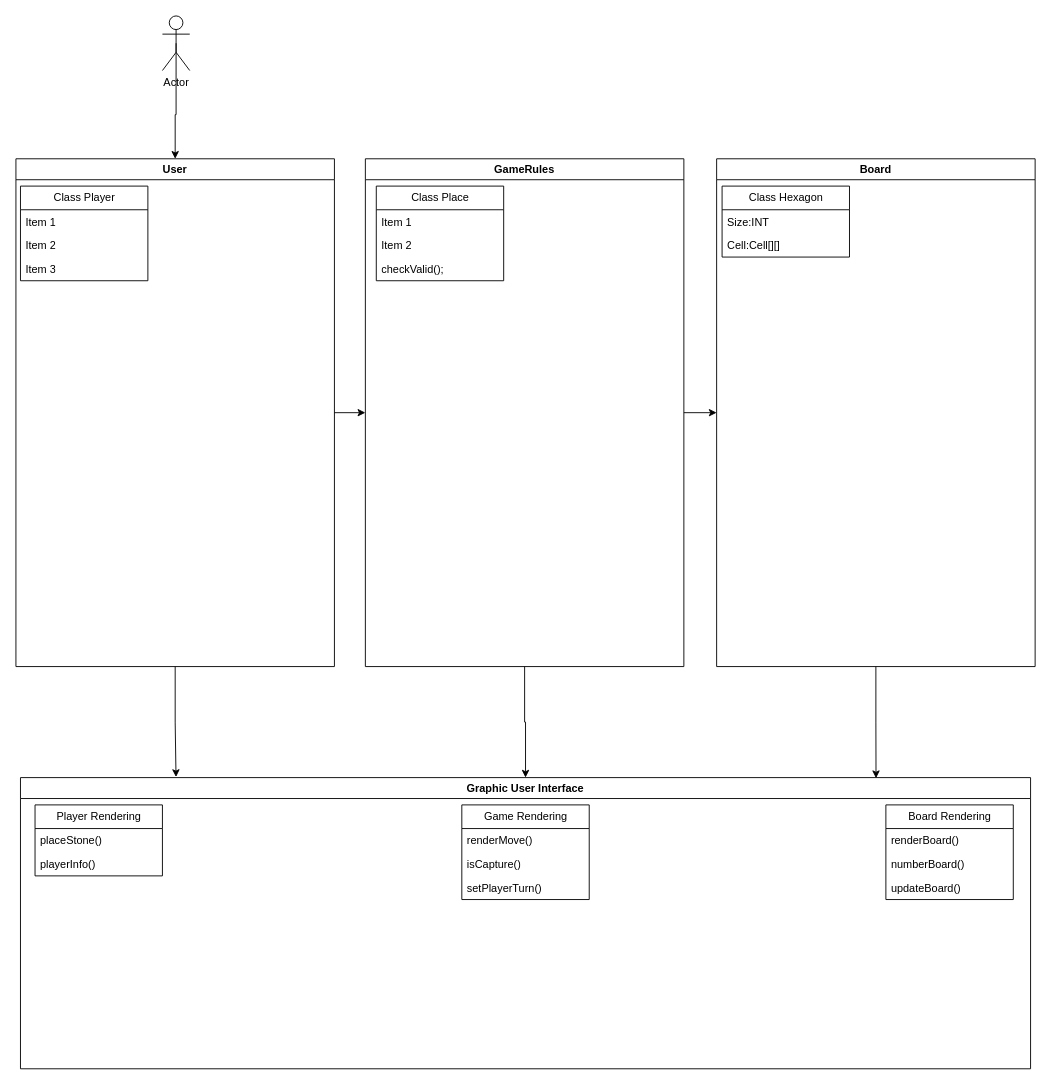
Above: Untitled Diagram.drawio in b-rattray04/Group1-HexOust-Game (draw.io), before the change. Source tidied: cells renumbered, new cells numbered last; positions are measured from the earlier drawing's top-left corner, leaving out a move shared by most shapes. Both pictures are drawn from the tidied source at 91%, with x=0, y=0 at pixel (15, 15).
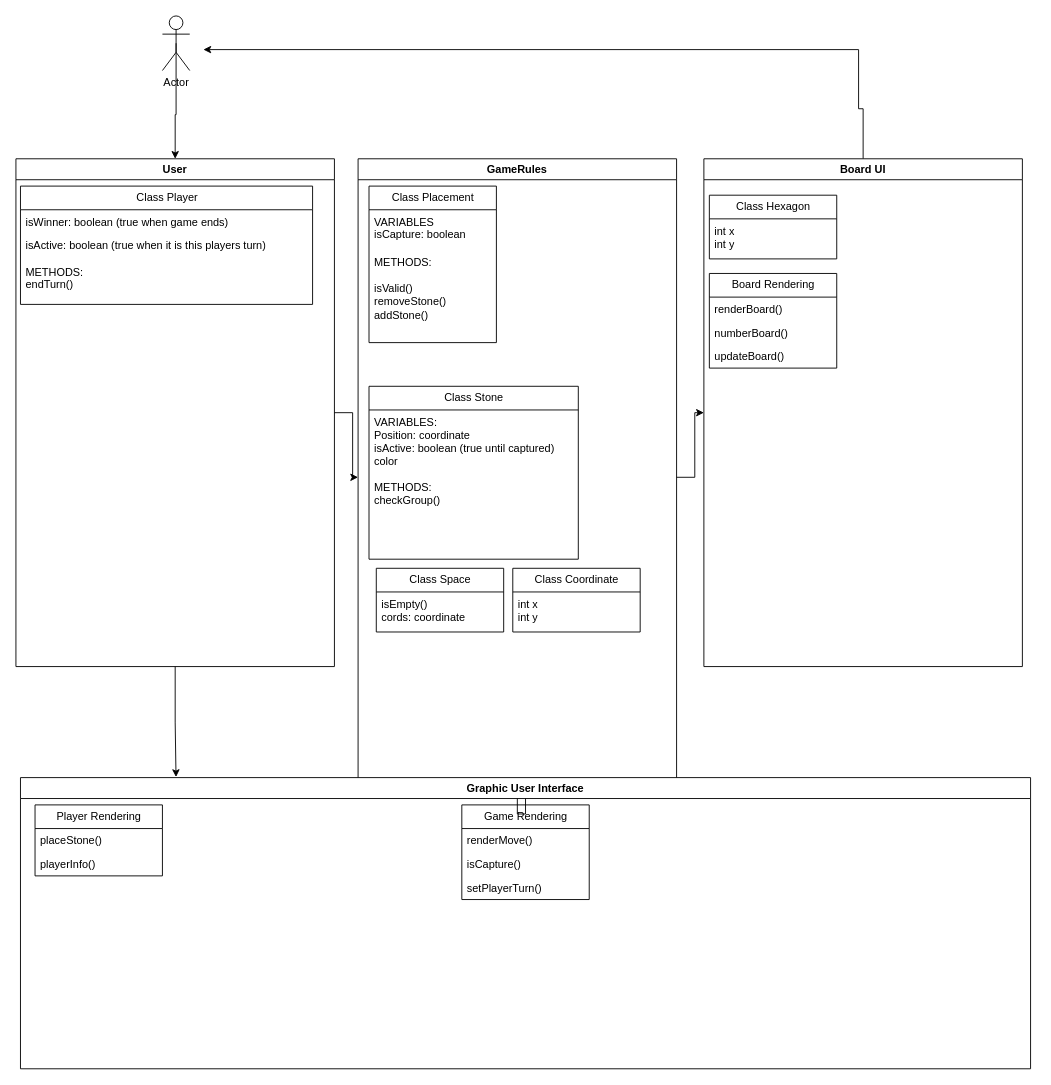
The same page after the edit.

Unchanged cells that the change refers to:
```xml
<mxCell id="17" value="Graphic User Interface" style="swimlane;" parent="1" vertex="1">
  <mxGeometry x="5" y="837" width="1110" height="320" as="geometry" />
</mxCell>
```

Change to the diagram source:
```diff
@@
     <mxCell id="4" value="GameRules" style="swimlane;startSize=23;" parent="1" vertex="1">
-      <mxGeometry x="384" y="157" width="350" height="558" as="geometry" />
+      <mxGeometry x="376" y="157" width="350" height="700" as="geometry" />
     </mxCell>
-    <mxCell id="5" value="Class Place" style="swimlane;fontStyle=0;horizontal=1;startSize=26;fillColor=none;html=1;" parent="4" vertex="1">
-      <mxGeometry x="12" y="30" width="140" height="104" as="geometry" />
+    <mxCell id="5" value="Class Placement" style="swimlane;fontStyle=0;horizontal=1;startSize=26;fillColor=none;html=1;" parent="4" vertex="1">
+      <mxGeometry x="12" y="30" width="140" height="172" as="geometry" />
     </mxCell>
-    <mxCell id="6" value="Item 1" style="text;strokeColor=none;fillColor=none;align=left;verticalAlign=top;spacingLeft=4;spacingRight=4;overflow=hidden;whiteSpace=wrap;html=1;" parent="5" vertex="1">
-      <mxGeometry y="26" width="140" height="26" as="geometry" />
+    <mxCell id="6" value="&lt;div&gt;VARIABLES&lt;/div&gt;&lt;div&gt;isCapture: boolean&lt;/div&gt;&lt;div&gt;&lt;br&gt;&lt;/div&gt;" style="text;strokeColor=none;fillColor=none;align=left;verticalAlign=top;spacingLeft=4;spacingRight=4;overflow=hidden;whiteSpace=wrap;html=1;" parent="5" vertex="1">
+      <mxGeometry y="26" width="140" height="44" as="geometry" />
     </mxCell>
-    <mxCell id="7" value="Item 2" style="text;strokeColor=none;fillColor=none;align=left;verticalAlign=top;spacingLeft=4;spacingRight=4;overflow=hidden;whiteSpace=wrap;html=1;" parent="5" vertex="1">
-      <mxGeometry y="52" width="140" height="26" as="geometry" />
-    </mxCell>
-    <mxCell id="8" value="checkValid();" style="text;strokeColor=none;fillColor=none;align=left;verticalAlign=top;spacingLeft=4;spacingRight=4;overflow=hidden;whiteSpace=wrap;html=1;" parent="5" vertex="1">
-      <mxGeometry y="78" width="140" height="26" as="geometry" />
+    <mxCell id="8" value="&lt;div&gt;METHODS:&lt;/div&gt;&lt;div&gt;&lt;br&gt;&lt;/div&gt;i&lt;span style=&quot;background-color: transparent; color: light-dark(rgb(0, 0, 0), rgb(255, 255, 255));&quot;&gt;sValid()&lt;/span&gt;&lt;div&gt;removeStone()&lt;/div&gt;&lt;div&gt;addStone()&lt;/div&gt;&lt;div&gt;&lt;br&gt;&lt;div&gt;&lt;div&gt;&lt;div&gt;&lt;br&gt;&lt;/div&gt;&lt;div&gt;&lt;br&gt;&lt;/div&gt;&lt;div&gt;&lt;br&gt;&lt;/div&gt;&lt;/div&gt;&lt;/div&gt;&lt;/div&gt;" style="text;strokeColor=none;fillColor=none;align=left;verticalAlign=top;spacingLeft=4;spacingRight=4;overflow=hidden;whiteSpace=wrap;html=1;" parent="5" vertex="1">
+      <mxGeometry y="70" width="140" height="102" as="geometry" />
     </mxCell>
+    <mxCell id="35" style="edgeStyle=orthogonalEdgeStyle;rounded=0;orthogonalLoop=1;jettySize=auto;html=1;" parent="4" edge="1">
+      <mxGeometry relative="1" as="geometry">
+        <mxPoint x="241" y="60" as="sourcePoint" />
+        <mxPoint x="241" y="60" as="targetPoint" />
+      </mxGeometry>
+    </mxCell>
+    <mxCell id="36" value="Class Stone" style="swimlane;fontStyle=0;horizontal=1;startSize=26;fillColor=none;html=1;" parent="4" vertex="1">
+      <mxGeometry x="12" y="250" width="230" height="190" as="geometry" />
+    </mxCell>
+    <mxCell id="37" value="&lt;div&gt;VARIABLES:&lt;/div&gt;&lt;div&gt;Position: coordinate&lt;/div&gt;&lt;div&gt;isActive: boolean (true until captured)&lt;/div&gt;&lt;div&gt;color&lt;/div&gt;&lt;div&gt;&lt;br&gt;&lt;/div&gt;&lt;div&gt;METHODS:&lt;/div&gt;&lt;div&gt;checkGroup()&lt;/div&gt;&lt;div&gt;&lt;br&gt;&lt;/div&gt;" style="text;strokeColor=none;fillColor=none;align=left;verticalAlign=top;spacingLeft=4;spacingRight=4;overflow=hidden;whiteSpace=wrap;html=1;" parent="36" vertex="1">
+      <mxGeometry y="26" width="230" height="164" as="geometry" />
+    </mxCell>
+    <mxCell id="38" value="Class Space" style="swimlane;fontStyle=0;horizontal=1;startSize=26;fillColor=none;html=1;" parent="4" vertex="1">
+      <mxGeometry x="20" y="450" width="140" height="70" as="geometry" />
+    </mxCell>
+    <mxCell id="39" value="&lt;div&gt;isEmpty()&lt;/div&gt;cords: coordinate" style="text;strokeColor=none;fillColor=none;align=left;verticalAlign=top;spacingLeft=4;spacingRight=4;overflow=hidden;whiteSpace=wrap;html=1;" parent="38" vertex="1">
+      <mxGeometry y="26" width="140" height="44" as="geometry" />
+    </mxCell>
+    <mxCell id="40" value="Class Coordinate" style="swimlane;fontStyle=0;horizontal=1;startSize=26;fillColor=none;html=1;" parent="4" vertex="1">
+      <mxGeometry x="170" y="450" width="140" height="70" as="geometry" />
+    </mxCell>
+    <mxCell id="41" value="int x&lt;div&gt;int y&lt;/div&gt;" style="text;strokeColor=none;fillColor=none;align=left;verticalAlign=top;spacingLeft=4;spacingRight=4;overflow=hidden;whiteSpace=wrap;html=1;" parent="40" vertex="1">
+      <mxGeometry y="26" width="140" height="44" as="geometry" />
+    </mxCell>
+    <mxCell id="42" style="edgeStyle=orthogonalEdgeStyle;rounded=0;jettySize=auto;html=1;" parent="1" edge="1" source="9">
+      <mxGeometry relative="1" as="geometry">
+        <mxPoint x="206" y="37" as="targetPoint" />
+        <Array as="points">
+          <mxPoint x="931" y="102" />
+          <mxPoint x="926" y="102" />
+          <mxPoint x="926" y="37" />
+        </Array>
+      </mxGeometry>
+    </mxCell>
-    <mxCell id="9" value="Board" style="swimlane;" parent="1" vertex="1">
-      <mxGeometry x="770" y="157" width="350" height="558" as="geometry" />
+    <mxCell id="9" value="Board UI" style="swimlane;" parent="1" vertex="1">
+      <mxGeometry x="756" y="157" width="350" height="558" as="geometry" />
     </mxCell>
     <mxCell id="10" value="Class Hexagon" style="swimlane;fontStyle=0;horizontal=1;startSize=26;fillColor=none;html=1;" parent="9" vertex="1">
-      <mxGeometry x="6" y="30" width="140" height="78" as="geometry" />
+      <mxGeometry x="6" y="40" width="140" height="70" as="geometry" />
     </mxCell>
-    <mxCell id="11" value="Size:INT" style="text;strokeColor=none;fillColor=none;align=left;verticalAlign=top;spacingLeft=4;spacingRight=4;overflow=hidden;whiteSpace=wrap;html=1;" parent="10" vertex="1">
-      <mxGeometry y="26" width="140" height="26" as="geometry" />
-    </mxCell>
-    <mxCell id="12" value="Cell:Cell[][]" style="text;strokeColor=none;fillColor=none;align=left;verticalAlign=top;spacingLeft=4;spacingRight=4;overflow=hidden;whiteSpace=wrap;html=1;" parent="10" vertex="1">
-      <mxGeometry y="52" width="140" height="26" as="geometry" />
-    </mxCell>
+    <mxCell id="43" value="int x&lt;div&gt;int y&lt;/div&gt;" style="text;strokeColor=none;fillColor=none;align=left;verticalAlign=top;spacingLeft=4;spacingRight=4;overflow=hidden;whiteSpace=wrap;html=1;" parent="10" vertex="1">
+      <mxGeometry y="26" width="140" height="44" as="geometry" />
+    </mxCell>
+    <mxCell id="27" value="Board Rendering" style="swimlane;fontStyle=0;horizontal=1;startSize=26;fillColor=none;html=1;" parent="9" vertex="1">
+      <mxGeometry x="6" y="126" width="140" height="104" as="geometry" />
+    </mxCell>
+    <mxCell id="28" value="renderBoard()" style="text;strokeColor=none;fillColor=none;align=left;verticalAlign=top;spacingLeft=4;spacingRight=4;overflow=hidden;whiteSpace=wrap;html=1;" parent="27" vertex="1">
+      <mxGeometry y="26" width="140" height="26" as="geometry" />
+    </mxCell>
+    <mxCell id="29" value="numberBoard()" style="text;strokeColor=none;fillColor=none;align=left;verticalAlign=top;spacingLeft=4;spacingRight=4;overflow=hidden;whiteSpace=wrap;html=1;" parent="27" vertex="1">
+      <mxGeometry y="52" width="140" height="26" as="geometry" />
+    </mxCell>
+    <mxCell id="30" value="updateBoard()" style="text;strokeColor=none;fillColor=none;align=left;verticalAlign=top;spacingLeft=4;spacingRight=4;overflow=hidden;whiteSpace=wrap;html=1;" parent="27" vertex="1">
+      <mxGeometry y="78" width="140" height="26" as="geometry" />
+    </mxCell>
@@
-    <mxCell id="18" style="edgeStyle=orthogonalEdgeStyle;rounded=0;jettySize=auto;html=1;exitX=0.5;exitY=1;exitDx=0;exitDy=0;entryX=0.847;entryY=0.002;entryDx=0;entryDy=0;entryPerimeter=0;" parent="1" edge="1" source="9" target="17">
-      <mxGeometry relative="1" as="geometry" />
-    </mxCell>
@@
-    <mxCell id="27" value="Board Rendering" style="swimlane;fontStyle=0;horizontal=1;startSize=26;fillColor=none;html=1;" parent="1" vertex="1">
-      <mxGeometry x="956" y="867" width="140" height="104" as="geometry" />
-    </mxCell>
-    <mxCell id="28" value="renderBoard()" style="text;strokeColor=none;fillColor=none;align=left;verticalAlign=top;spacingLeft=4;spacingRight=4;overflow=hidden;whiteSpace=wrap;html=1;" parent="27" vertex="1">
-      <mxGeometry y="26" width="140" height="26" as="geometry" />
-    </mxCell>
-    <mxCell id="29" value="numberBoard()" style="text;strokeColor=none;fillColor=none;align=left;verticalAlign=top;spacingLeft=4;spacingRight=4;overflow=hidden;whiteSpace=wrap;html=1;" parent="27" vertex="1">
-      <mxGeometry y="52" width="140" height="26" as="geometry" />
-    </mxCell>
-    <mxCell id="30" value="updateBoard()" style="text;strokeColor=none;fillColor=none;align=left;verticalAlign=top;spacingLeft=4;spacingRight=4;overflow=hidden;whiteSpace=wrap;html=1;" parent="27" vertex="1">
-      <mxGeometry y="78" width="140" height="26" as="geometry" />
-    </mxCell>
     <mxCell id="31" value="Class Player" style="swimlane;fontStyle=0;horizontal=1;startSize=26;fillColor=none;html=1;" parent="1" vertex="1">
-      <mxGeometry x="5" y="187" width="140" height="104" as="geometry" />
+      <mxGeometry x="5" y="187" width="321" height="130" as="geometry" />
     </mxCell>
-    <mxCell id="32" value="Item 1" style="text;strokeColor=none;fillColor=none;align=left;verticalAlign=top;spacingLeft=4;spacingRight=4;overflow=hidden;whiteSpace=wrap;html=1;" parent="31" vertex="1">
-      <mxGeometry y="26" width="140" height="26" as="geometry" />
+    <mxCell id="32" value="isWinner: boolean (true when game ends)" style="text;strokeColor=none;fillColor=none;align=left;verticalAlign=top;spacingLeft=4;spacingRight=4;overflow=hidden;whiteSpace=wrap;html=1;" parent="31" vertex="1">
+      <mxGeometry y="26" width="321" height="26" as="geometry" />
     </mxCell>
-    <mxCell id="33" value="Item 2" style="text;strokeColor=none;fillColor=none;align=left;verticalAlign=top;spacingLeft=4;spacingRight=4;overflow=hidden;whiteSpace=wrap;html=1;" parent="31" vertex="1">
-      <mxGeometry y="52" width="140" height="26" as="geometry" />
+    <mxCell id="33" value="isActive: boolean (true when it is this players turn)&lt;div&gt;&lt;br&gt;&lt;/div&gt;&lt;div&gt;METHODS:&lt;/div&gt;&lt;div&gt;endTurn()&lt;/div&gt;&lt;div&gt;&lt;br&gt;&lt;/div&gt;" style="text;strokeColor=none;fillColor=none;align=left;verticalAlign=top;spacingLeft=4;spacingRight=4;overflow=hidden;whiteSpace=wrap;html=1;" parent="31" vertex="1">
+      <mxGeometry y="52" width="321" height="78" as="geometry" />
     </mxCell>
-    <mxCell id="34" value="Item 3" style="text;strokeColor=none;fillColor=none;align=left;verticalAlign=top;spacingLeft=4;spacingRight=4;overflow=hidden;whiteSpace=wrap;html=1;" parent="31" vertex="1">
-      <mxGeometry y="78" width="140" height="26" as="geometry" />
-    </mxCell>
```
